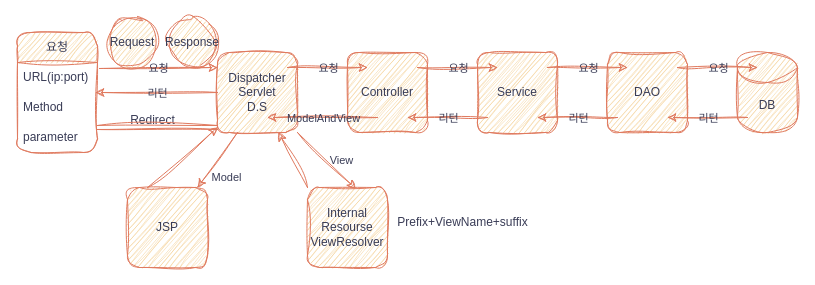
This is 제목 없는 다이어그램.drawio from beaver10/GDJ60_Spring, a draw.io file, before an edit. Source tidied: cells renumbered, new cells numbered last; positions are measured from the earlier drawing's top-left corner, leaving out a move shared by most shapes. Both pictures are drawn from the tidied source at 100%, with x=0, y=0 at pixel (17, 17).
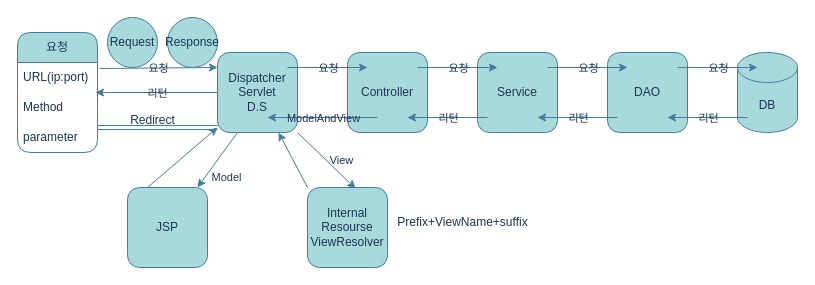
The same page after the edit.

Commit message:
제목 없는 다이어그램.drawio 업데이트

Change to the diagram source:
```diff
@@
-    <mxCell id="2" value="DB" style="shape=cylinder3;whiteSpace=wrap;html=1;boundedLbl=1;backgroundOutline=1;size=15;labelBackgroundColor=none;fillColor=#F2CC8F;strokeColor=#E07A5F;fontColor=#393C56;rounded=1;sketch=1;curveFitting=1;jiggle=2;" parent="1" vertex="1">
+    <mxCell id="2" value="DB" style="shape=cylinder3;whiteSpace=wrap;html=1;boundedLbl=1;backgroundOutline=1;size=15;labelBackgroundColor=none;fillColor=#A8DADC;strokeColor=#457B9D;fontColor=#1D3557;rounded=1;" parent="1" vertex="1">
       <mxGeometry x="720" y="35" width="60" height="80" as="geometry" />
     </mxCell>
-    <mxCell id="3" value="DAO" style="whiteSpace=wrap;html=1;labelBackgroundColor=none;fillColor=#F2CC8F;strokeColor=#E07A5F;fontColor=#393C56;rounded=1;sketch=1;curveFitting=1;jiggle=2;" parent="1" vertex="1">
+    <mxCell id="3" value="DAO" style="whiteSpace=wrap;html=1;labelBackgroundColor=none;fillColor=#A8DADC;strokeColor=#457B9D;fontColor=#1D3557;rounded=1;" parent="1" vertex="1">
       <mxGeometry x="590" y="35" width="80" height="80" as="geometry" />
     </mxCell>
-    <mxCell id="4" value="Controller" style="whiteSpace=wrap;html=1;labelBackgroundColor=none;fillColor=#F2CC8F;strokeColor=#E07A5F;fontColor=#393C56;rounded=1;sketch=1;curveFitting=1;jiggle=2;" parent="1" vertex="1">
+    <mxCell id="4" value="Controller" style="whiteSpace=wrap;html=1;labelBackgroundColor=none;fillColor=#A8DADC;strokeColor=#457B9D;fontColor=#1D3557;rounded=1;" parent="1" vertex="1">
       <mxGeometry x="330" y="35" width="80" height="80" as="geometry" />
     </mxCell>
-    <mxCell id="5" value="Service" style="whiteSpace=wrap;html=1;labelBackgroundColor=none;fillColor=#F2CC8F;strokeColor=#E07A5F;fontColor=#393C56;rounded=1;sketch=1;curveFitting=1;jiggle=2;" parent="1" vertex="1">
+    <mxCell id="5" value="Service" style="whiteSpace=wrap;html=1;labelBackgroundColor=none;fillColor=#A8DADC;strokeColor=#457B9D;fontColor=#1D3557;rounded=1;" parent="1" vertex="1">
       <mxGeometry x="460" y="35" width="80" height="80" as="geometry" />
     </mxCell>
-    <mxCell id="6" value="JSP" style="whiteSpace=wrap;html=1;labelBackgroundColor=none;fillColor=#F2CC8F;strokeColor=#E07A5F;fontColor=#393C56;rounded=1;sketch=1;curveFitting=1;jiggle=2;" parent="1" vertex="1">
+    <mxCell id="6" value="JSP" style="whiteSpace=wrap;html=1;labelBackgroundColor=none;fillColor=#A8DADC;strokeColor=#457B9D;fontColor=#1D3557;rounded=1;" parent="1" vertex="1">
       <mxGeometry x="110" y="170" width="80" height="80" as="geometry" />
     </mxCell>
-    <mxCell id="7" value="Dispatcher&lt;br&gt;Servlet&lt;br&gt;D.S" style="whiteSpace=wrap;html=1;labelBackgroundColor=none;fillColor=#F2CC8F;strokeColor=#E07A5F;fontColor=#393C56;rounded=1;sketch=1;curveFitting=1;jiggle=2;" parent="1" vertex="1">
+    <mxCell id="7" value="Dispatcher&lt;br&gt;Servlet&lt;br&gt;D.S" style="whiteSpace=wrap;html=1;labelBackgroundColor=none;fillColor=#A8DADC;strokeColor=#457B9D;fontColor=#1D3557;rounded=1;" parent="1" vertex="1">
       <mxGeometry x="200" y="35" width="80" height="80" as="geometry" />
     </mxCell>
-    <mxCell id="8" value="Internal&lt;br&gt;Resourse&lt;br&gt;ViewResolver" style="whiteSpace=wrap;html=1;labelBackgroundColor=none;fillColor=#F2CC8F;strokeColor=#E07A5F;fontColor=#393C56;rounded=1;sketch=1;curveFitting=1;jiggle=2;" parent="1" vertex="1">
+    <mxCell id="8" value="Internal&lt;br&gt;Resourse&lt;br&gt;ViewResolver" style="whiteSpace=wrap;html=1;labelBackgroundColor=none;fillColor=#A8DADC;strokeColor=#457B9D;fontColor=#1D3557;rounded=1;" parent="1" vertex="1">
       <mxGeometry x="290" y="170" width="80" height="80" as="geometry" />
     </mxCell>
-    <mxCell id="9" style="endArrow=classic;html=1;rounded=1;labelBackgroundColor=none;strokeColor=#E07A5F;fontColor=default;sketch=1;curveFitting=1;jiggle=2;" parent="1" edge="1">
+    <mxCell id="9" style="endArrow=classic;html=1;rounded=1;labelBackgroundColor=none;strokeColor=#457B9D;fontColor=default;" parent="1" edge="1">
       <mxGeometry relative="1" as="geometry">
         <mxPoint x="270" y="50" as="sourcePoint" />
         <mxPoint x="350" y="50" as="targetPoint" />
       </mxGeometry>
     </mxCell>
-    <mxCell id="10" value="요청" style="edgeLabel;html=1;align=center;verticalAlign=middle;labelBackgroundColor=none;fontColor=#393C56;rounded=1;sketch=1;curveFitting=1;jiggle=2;" parent="9" vertex="1">
+    <mxCell id="10" value="요청" style="edgeLabel;html=1;align=center;verticalAlign=middle;labelBackgroundColor=none;fontColor=#1D3557;rounded=1;" parent="9" vertex="1">
       <mxGeometry relative="1" as="geometry" />
     </mxCell>
-    <mxCell id="11" style="endArrow=classic;html=1;rounded=1;labelBackgroundColor=none;strokeColor=#E07A5F;fontColor=default;sketch=1;curveFitting=1;jiggle=2;" parent="1" edge="1">
+    <mxCell id="11" style="endArrow=classic;html=1;rounded=1;labelBackgroundColor=none;strokeColor=#457B9D;fontColor=default;" parent="1" edge="1">
       <mxGeometry relative="1" as="geometry">
         <mxPoint x="400" y="50" as="sourcePoint" />
         <mxPoint x="480" y="50" as="targetPoint" />
       </mxGeometry>
     </mxCell>
-    <mxCell id="12" value="요청" style="edgeLabel;html=1;align=center;verticalAlign=middle;labelBackgroundColor=none;fontColor=#393C56;rounded=1;sketch=1;curveFitting=1;jiggle=2;" parent="11" vertex="1">
+    <mxCell id="12" value="요청" style="edgeLabel;html=1;align=center;verticalAlign=middle;labelBackgroundColor=none;fontColor=#1D3557;rounded=1;" parent="11" vertex="1">
       <mxGeometry relative="1" as="geometry" />
     </mxCell>
-    <mxCell id="13" style="endArrow=classic;html=1;rounded=1;labelBackgroundColor=none;strokeColor=#E07A5F;fontColor=default;sketch=1;curveFitting=1;jiggle=2;" parent="1" edge="1">
+    <mxCell id="13" style="endArrow=classic;html=1;rounded=1;labelBackgroundColor=none;strokeColor=#457B9D;fontColor=default;" parent="1" edge="1">
       <mxGeometry relative="1" as="geometry">
         <mxPoint x="530" y="50" as="sourcePoint" />
         <mxPoint x="610" y="50" as="targetPoint" />
       </mxGeometry>
     </mxCell>
-    <mxCell id="14" value="요청" style="edgeLabel;html=1;align=center;verticalAlign=middle;labelBackgroundColor=none;fontColor=#393C56;rounded=1;sketch=1;curveFitting=1;jiggle=2;" parent="13" vertex="1">
+    <mxCell id="14" value="요청" style="edgeLabel;html=1;align=center;verticalAlign=middle;labelBackgroundColor=none;fontColor=#1D3557;rounded=1;" parent="13" vertex="1">
       <mxGeometry relative="1" as="geometry" />
     </mxCell>
-    <mxCell id="15" style="endArrow=classic;html=1;rounded=1;labelBackgroundColor=none;strokeColor=#E07A5F;fontColor=default;sketch=1;curveFitting=1;jiggle=2;" parent="1" edge="1">
+    <mxCell id="15" style="endArrow=classic;html=1;rounded=1;labelBackgroundColor=none;strokeColor=#457B9D;fontColor=default;" parent="1" edge="1">
       <mxGeometry relative="1" as="geometry">
         <mxPoint x="660" y="50" as="sourcePoint" />
         <mxPoint x="740" y="50" as="targetPoint" />
       </mxGeometry>
     </mxCell>
-    <mxCell id="16" value="요청" style="edgeLabel;html=1;align=center;verticalAlign=middle;labelBackgroundColor=none;fontColor=#393C56;rounded=1;sketch=1;curveFitting=1;jiggle=2;" parent="15" vertex="1">
+    <mxCell id="16" value="요청" style="edgeLabel;html=1;align=center;verticalAlign=middle;labelBackgroundColor=none;fontColor=#1D3557;rounded=1;" parent="15" vertex="1">
       <mxGeometry relative="1" as="geometry" />
     </mxCell>
-    <mxCell id="17" style="endArrow=classic;html=1;rounded=1;labelBackgroundColor=none;strokeColor=#E07A5F;fontColor=default;sketch=1;curveFitting=1;jiggle=2;" parent="1" edge="1">
+    <mxCell id="17" style="endArrow=classic;html=1;rounded=1;labelBackgroundColor=none;strokeColor=#457B9D;fontColor=default;" parent="1" edge="1">
       <mxGeometry relative="1" as="geometry">
         <mxPoint x="730" y="100" as="sourcePoint" />
         <mxPoint x="650" y="100" as="targetPoint" />
       </mxGeometry>
     </mxCell>
-    <mxCell id="18" value="리턴" style="edgeLabel;html=1;align=center;verticalAlign=middle;labelBackgroundColor=none;fontColor=#393C56;rounded=1;sketch=1;curveFitting=1;jiggle=2;" parent="17" vertex="1">
+    <mxCell id="18" value="리턴" style="edgeLabel;html=1;align=center;verticalAlign=middle;labelBackgroundColor=none;fontColor=#1D3557;rounded=1;" parent="17" vertex="1">
       <mxGeometry relative="1" as="geometry" />
     </mxCell>
-    <mxCell id="19" style="endArrow=classic;html=1;rounded=1;labelBackgroundColor=none;strokeColor=#E07A5F;fontColor=default;sketch=1;curveFitting=1;jiggle=2;" parent="1" edge="1">
+    <mxCell id="19" style="endArrow=classic;html=1;rounded=1;labelBackgroundColor=none;strokeColor=#457B9D;fontColor=default;" parent="1" edge="1">
       <mxGeometry relative="1" as="geometry">
         <mxPoint x="600" y="100" as="sourcePoint" />
         <mxPoint x="520" y="100" as="targetPoint" />
       </mxGeometry>
     </mxCell>
-    <mxCell id="20" value="리턴" style="edgeLabel;html=1;align=center;verticalAlign=middle;labelBackgroundColor=none;fontColor=#393C56;rounded=1;sketch=1;curveFitting=1;jiggle=2;" parent="19" vertex="1">
+    <mxCell id="20" value="리턴" style="edgeLabel;html=1;align=center;verticalAlign=middle;labelBackgroundColor=none;fontColor=#1D3557;rounded=1;" parent="19" vertex="1">
       <mxGeometry relative="1" as="geometry" />
     </mxCell>
-    <mxCell id="21" style="endArrow=classic;html=1;rounded=1;labelBackgroundColor=none;strokeColor=#E07A5F;fontColor=default;sketch=1;curveFitting=1;jiggle=2;" parent="1" edge="1">
+    <mxCell id="21" style="endArrow=classic;html=1;rounded=1;labelBackgroundColor=none;strokeColor=#457B9D;fontColor=default;" parent="1" edge="1">
       <mxGeometry relative="1" as="geometry">
         <mxPoint x="470" y="100" as="sourcePoint" />
         <mxPoint x="390" y="100" as="targetPoint" />
       </mxGeometry>
     </mxCell>
-    <mxCell id="22" value="리턴" style="edgeLabel;html=1;align=center;verticalAlign=middle;labelBackgroundColor=none;fontColor=#393C56;rounded=1;sketch=1;curveFitting=1;jiggle=2;" parent="21" vertex="1">
+    <mxCell id="22" value="리턴" style="edgeLabel;html=1;align=center;verticalAlign=middle;labelBackgroundColor=none;fontColor=#1D3557;rounded=1;" parent="21" vertex="1">
       <mxGeometry relative="1" as="geometry" />
     </mxCell>
-    <mxCell id="23" style="endArrow=classic;html=1;rounded=1;exitX=0.375;exitY=0.813;exitDx=0;exitDy=0;exitPerimeter=0;entryX=0.625;entryY=0.813;entryDx=0;entryDy=0;entryPerimeter=0;labelBackgroundColor=none;strokeColor=#E07A5F;fontColor=default;sketch=1;curveFitting=1;jiggle=2;" parent="1" edge="1" source="4" target="7">
+    <mxCell id="23" style="endArrow=classic;html=1;rounded=1;exitX=0.375;exitY=0.813;exitDx=0;exitDy=0;exitPerimeter=0;entryX=0.625;entryY=0.813;entryDx=0;entryDy=0;entryPerimeter=0;labelBackgroundColor=none;strokeColor=#457B9D;fontColor=default;" parent="1" edge="1" source="4" target="7">
       <mxGeometry relative="1" as="geometry" />
     </mxCell>
-    <mxCell id="24" value="ModelAndView" style="edgeLabel;html=1;align=center;verticalAlign=middle;labelBackgroundColor=none;fontColor=#393C56;rounded=1;sketch=1;curveFitting=1;jiggle=2;" parent="23" vertex="1">
+    <mxCell id="24" value="ModelAndView" style="edgeLabel;html=1;align=center;verticalAlign=middle;labelBackgroundColor=none;fontColor=#1D3557;rounded=1;" parent="23" vertex="1">
       <mxGeometry relative="1" as="geometry" />
     </mxCell>
-    <mxCell id="25" style="endArrow=classic;html=1;rounded=1;exitX=1;exitY=1;exitDx=0;exitDy=0;entryX=0.6;entryY=0.013;entryDx=0;entryDy=0;labelBorderColor=#FFFFFF;entryPerimeter=0;labelBackgroundColor=none;strokeColor=#E07A5F;fontColor=default;sketch=1;curveFitting=1;jiggle=2;" parent="1" edge="1" source="7" target="8">
+    <mxCell id="25" style="endArrow=classic;html=1;rounded=1;exitX=1;exitY=1;exitDx=0;exitDy=0;entryX=0.6;entryY=0.013;entryDx=0;entryDy=0;labelBorderColor=#FFFFFF;entryPerimeter=0;labelBackgroundColor=none;strokeColor=#457B9D;fontColor=default;" parent="1" edge="1" source="7" target="8">
       <mxGeometry relative="1" as="geometry" />
     </mxCell>
-    <mxCell id="26" value="View" style="edgeLabel;html=1;align=center;verticalAlign=middle;labelBackgroundColor=none;fontColor=#393C56;rounded=1;sketch=1;curveFitting=1;jiggle=2;" parent="25" vertex="1">
+    <mxCell id="26" value="View" style="edgeLabel;html=1;align=center;verticalAlign=middle;labelBackgroundColor=none;fontColor=#1D3557;rounded=1;" parent="25" vertex="1">
       <mxGeometry relative="1" as="geometry">
         <mxPoint x="15" as="offset" />
       </mxGeometry>
     </mxCell>
-    <mxCell id="27" style="endArrow=classic;html=1;rounded=1;labelBorderColor=#FFFFFF;labelBackgroundColor=none;strokeColor=#E07A5F;fontColor=default;sketch=1;curveFitting=1;jiggle=2;" parent="1" edge="1" target="7">
+    <mxCell id="27" style="endArrow=classic;html=1;rounded=1;labelBorderColor=#FFFFFF;labelBackgroundColor=none;strokeColor=#457B9D;fontColor=default;" parent="1" edge="1" target="7">
       <mxGeometry relative="1" as="geometry">
         <mxPoint x="290" y="170" as="sourcePoint" />
       </mxGeometry>
     </mxCell>
-    <mxCell id="28" value="Prefix+ViewName+suffix" style="text;html=1;align=center;verticalAlign=middle;strokeColor=none;fillColor=none;labelBackgroundColor=none;fontColor=#393C56;rounded=1;sketch=1;curveFitting=1;jiggle=2;" parent="1" vertex="1">
+    <mxCell id="28" value="Prefix+ViewName+suffix" style="text;html=1;align=center;verticalAlign=middle;strokeColor=none;fillColor=none;labelBackgroundColor=none;fontColor=#1D3557;rounded=1;" parent="1" vertex="1">
       <mxGeometry x="370" y="190" width="150" height="30" as="geometry" />
     </mxCell>
-    <mxCell id="29" style="endArrow=classic;html=1;rounded=1;labelBorderColor=#FFFFFF;entryX=0.875;entryY=0;entryDx=0;entryDy=0;entryPerimeter=0;exitX=0.25;exitY=1;exitDx=0;exitDy=0;labelBackgroundColor=none;strokeColor=#E07A5F;fontColor=default;sketch=1;curveFitting=1;jiggle=2;" parent="1" edge="1" source="7" target="6">
+    <mxCell id="29" style="endArrow=classic;html=1;rounded=1;labelBorderColor=#FFFFFF;entryX=0.875;entryY=0;entryDx=0;entryDy=0;entryPerimeter=0;exitX=0.25;exitY=1;exitDx=0;exitDy=0;labelBackgroundColor=none;strokeColor=#457B9D;fontColor=default;" parent="1" edge="1" source="7" target="6">
       <mxGeometry relative="1" as="geometry" />
     </mxCell>
-    <mxCell id="30" value="Model" style="edgeLabel;html=1;align=center;verticalAlign=middle;labelBackgroundColor=none;fontColor=#393C56;rounded=1;sketch=1;curveFitting=1;jiggle=2;" parent="29" vertex="1">
+    <mxCell id="30" value="Model" style="edgeLabel;html=1;align=center;verticalAlign=middle;labelBackgroundColor=none;fontColor=#1D3557;rounded=1;" parent="29" vertex="1">
       <mxGeometry relative="1" as="geometry">
         <mxPoint x="8" y="17" as="offset" />
       </mxGeometry>
     </mxCell>
-    <mxCell id="31" style="endArrow=classic;html=1;rounded=1;labelBorderColor=#FFFFFF;exitX=0.25;exitY=0;exitDx=0;exitDy=0;labelBackgroundColor=none;strokeColor=#E07A5F;fontColor=default;sketch=1;curveFitting=1;jiggle=2;" parent="1" edge="1" source="6">
+    <mxCell id="31" style="endArrow=classic;html=1;rounded=1;labelBorderColor=#FFFFFF;exitX=0.25;exitY=0;exitDx=0;exitDy=0;labelBackgroundColor=none;strokeColor=#457B9D;fontColor=default;" parent="1" edge="1" source="6">
       <mxGeometry relative="1" as="geometry">
         <mxPoint x="200" y="110" as="targetPoint" />
       </mxGeometry>
     </mxCell>
-    <mxCell id="32" style="endArrow=classic;html=1;rounded=1;exitX=1.025;exitY=0.2;exitDx=0;exitDy=0;exitPerimeter=0;labelBackgroundColor=none;strokeColor=#E07A5F;fontColor=default;sketch=1;curveFitting=1;jiggle=2;" parent="1" edge="1" source="37">
+    <mxCell id="32" style="endArrow=classic;html=1;rounded=1;exitX=1.025;exitY=0.2;exitDx=0;exitDy=0;exitPerimeter=0;labelBackgroundColor=none;strokeColor=#457B9D;fontColor=default;" parent="1" edge="1" source="37">
       <mxGeometry relative="1" as="geometry">
         <mxPoint x="200" y="50" as="targetPoint" />
       </mxGeometry>
     </mxCell>
-    <mxCell id="33" value="요청" style="edgeLabel;html=1;align=center;verticalAlign=middle;labelBackgroundColor=none;fontColor=#393C56;rounded=1;sketch=1;curveFitting=1;jiggle=2;" parent="32" vertex="1">
+    <mxCell id="33" value="요청" style="edgeLabel;html=1;align=center;verticalAlign=middle;labelBackgroundColor=none;fontColor=#1D3557;rounded=1;" parent="32" vertex="1">
       <mxGeometry relative="1" as="geometry" />
     </mxCell>
-    <mxCell id="34" style="endArrow=classic;html=1;rounded=1;entryX=0.975;entryY=0;entryDx=0;entryDy=0;entryPerimeter=0;labelBackgroundColor=none;strokeColor=#E07A5F;fontColor=default;sketch=1;curveFitting=1;jiggle=2;" parent="1" edge="1" source="7" target="38">
+    <mxCell id="34" style="endArrow=classic;html=1;rounded=1;entryX=0.975;entryY=0;entryDx=0;entryDy=0;entryPerimeter=0;labelBackgroundColor=none;strokeColor=#457B9D;fontColor=default;" parent="1" edge="1" source="7" target="38">
       <mxGeometry relative="1" as="geometry" />
     </mxCell>
-    <mxCell id="35" value="리턴" style="edgeLabel;html=1;align=center;verticalAlign=middle;labelBackgroundColor=none;fontColor=#393C56;rounded=1;sketch=1;curveFitting=1;jiggle=2;" parent="34" vertex="1">
+    <mxCell id="35" value="리턴" style="edgeLabel;html=1;align=center;verticalAlign=middle;labelBackgroundColor=none;fontColor=#1D3557;rounded=1;" parent="34" vertex="1">
       <mxGeometry relative="1" as="geometry" />
     </mxCell>
-    <mxCell id="36" value="요청" style="swimlane;fontStyle=0;horizontal=1;startSize=30;whiteSpace=wrap;html=1;labelBackgroundColor=none;fillColor=#F2CC8F;strokeColor=#E07A5F;fontColor=#393C56;rounded=1;sketch=1;curveFitting=1;jiggle=2;" parent="1" vertex="1">
+    <mxCell id="36" value="요청" style="swimlane;fontStyle=0;horizontal=1;startSize=30;whiteSpace=wrap;html=1;labelBackgroundColor=none;fillColor=#A8DADC;strokeColor=#457B9D;fontColor=#1D3557;rounded=1;" parent="1" vertex="1">
       <mxGeometry y="15" width="80" height="120" as="geometry" />
     </mxCell>
-    <mxCell id="37" value="URL(ip:port)" style="text;strokeColor=none;fillColor=none;align=left;verticalAlign=middle;spacingLeft=4;spacingRight=4;overflow=hidden;points=[[0,0.5],[1,0.5]];portConstraint=eastwest;whiteSpace=wrap;html=1;labelBackgroundColor=none;fontColor=#393C56;rounded=1;sketch=1;curveFitting=1;jiggle=2;" parent="36" vertex="1">
+    <mxCell id="37" value="URL(ip:port)" style="text;strokeColor=none;fillColor=none;align=left;verticalAlign=middle;spacingLeft=4;spacingRight=4;overflow=hidden;points=[[0,0.5],[1,0.5]];portConstraint=eastwest;whiteSpace=wrap;html=1;labelBackgroundColor=none;fontColor=#1D3557;rounded=1;" parent="36" vertex="1">
       <mxGeometry y="30" width="80" height="30" as="geometry" />
     </mxCell>
-    <mxCell id="38" value="Method" style="text;strokeColor=none;fillColor=none;align=left;verticalAlign=middle;spacingLeft=4;spacingRight=4;overflow=hidden;points=[[0,0.5],[1,0.5]];portConstraint=eastwest;whiteSpace=wrap;html=1;labelBackgroundColor=none;fontColor=#393C56;rounded=1;sketch=1;curveFitting=1;jiggle=2;" parent="36" vertex="1">
+    <mxCell id="38" value="Method" style="text;strokeColor=none;fillColor=none;align=left;verticalAlign=middle;spacingLeft=4;spacingRight=4;overflow=hidden;points=[[0,0.5],[1,0.5]];portConstraint=eastwest;whiteSpace=wrap;html=1;labelBackgroundColor=none;fontColor=#1D3557;rounded=1;" parent="36" vertex="1">
       <mxGeometry y="60" width="80" height="30" as="geometry" />
     </mxCell>
-    <mxCell id="39" value="parameter" style="text;strokeColor=none;fillColor=none;align=left;verticalAlign=middle;spacingLeft=4;spacingRight=4;overflow=hidden;whiteSpace=wrap;html=1;labelBackgroundColor=none;fontColor=#393C56;rounded=1;sketch=1;curveFitting=1;jiggle=2;" parent="36" vertex="1">
+    <mxCell id="39" value="parameter" style="text;strokeColor=none;fillColor=none;align=left;verticalAlign=middle;spacingLeft=4;spacingRight=4;overflow=hidden;whiteSpace=wrap;html=1;labelBackgroundColor=none;fontColor=#1D3557;rounded=1;" parent="36" vertex="1">
       <mxGeometry y="90" width="80" height="30" as="geometry" />
     </mxCell>
-    <mxCell id="40" value="Request" style="ellipse;whiteSpace=wrap;html=1;labelBackgroundColor=none;fillColor=#F2CC8F;strokeColor=#E07A5F;fontColor=#393C56;rounded=1;sketch=1;curveFitting=1;jiggle=2;" parent="1" vertex="1">
+    <mxCell id="40" value="Request" style="ellipse;whiteSpace=wrap;html=1;labelBackgroundColor=none;fillColor=#A8DADC;strokeColor=#457B9D;fontColor=#1D3557;rounded=1;" parent="1" vertex="1">
       <mxGeometry x="90" width="50" height="50" as="geometry" />
     </mxCell>
-    <mxCell id="41" value="Response" style="ellipse;whiteSpace=wrap;html=1;labelBackgroundColor=none;fillColor=#F2CC8F;strokeColor=#E07A5F;fontColor=#393C56;rounded=1;sketch=1;curveFitting=1;jiggle=2;" parent="1" vertex="1">
+    <mxCell id="41" value="Response" style="ellipse;whiteSpace=wrap;html=1;labelBackgroundColor=none;fillColor=#A8DADC;strokeColor=#457B9D;fontColor=#1D3557;rounded=1;" parent="1" vertex="1">
       <mxGeometry x="150" width="50" height="50" as="geometry" />
     </mxCell>
-    <mxCell id="42" value="&lt;br&gt;Redirect" style="text;html=1;align=center;verticalAlign=middle;strokeColor=none;fillColor=none;labelBackgroundColor=none;fontColor=#393C56;rounded=1;sketch=1;curveFitting=1;jiggle=2;" parent="1" vertex="1">
+    <mxCell id="42" value="&lt;br&gt;Redirect" style="text;html=1;align=center;verticalAlign=middle;strokeColor=none;fillColor=none;labelBackgroundColor=none;fontColor=#1D3557;rounded=1;" parent="1" vertex="1">
       <mxGeometry x="100" y="75" width="70" height="40" as="geometry" />
     </mxCell>
-    <mxCell id="43" style="shape=link;html=1;rounded=1;labelBorderColor=#FFFFFF;labelBackgroundColor=none;strokeColor=#E07A5F;fontColor=default;sketch=1;curveFitting=1;jiggle=2;" parent="1" edge="1">
+    <mxCell id="43" style="shape=link;html=1;rounded=1;labelBorderColor=#FFFFFF;labelBackgroundColor=none;strokeColor=#457B9D;fontColor=default;" parent="1" edge="1">
       <mxGeometry relative="1" as="geometry">
         <mxPoint x="80" y="110" as="sourcePoint" />
         <mxPoint x="200" y="110" as="targetPoint" />
       </mxGeometry>
     </mxCell>
```
